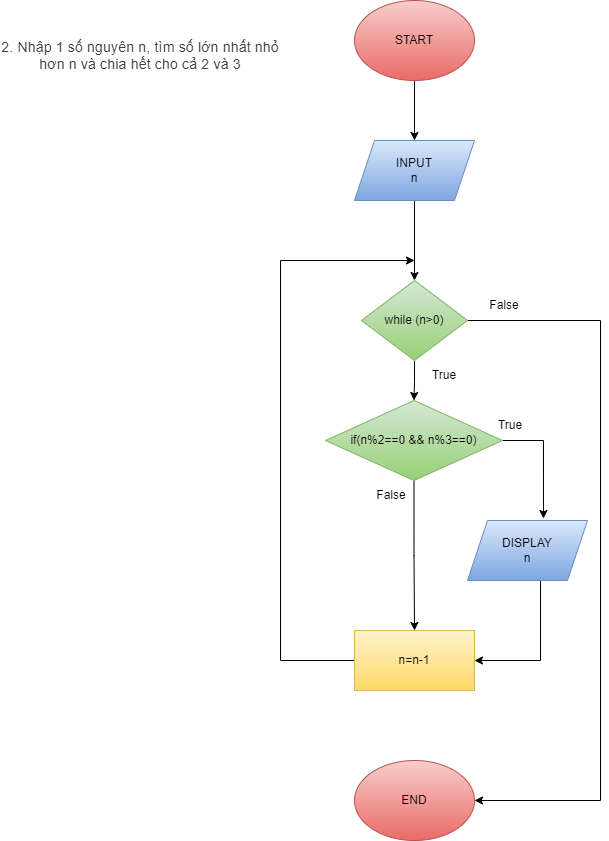
Hnamsouth/baitapT2204M keeps this draw.io diagram as Session 2/B2.png. Above is the earlier version. Source tidied: cells renumbered, new cells last; positions are measured from the earlier drawing's top-left corner, leaving out a move shared by most shapes. The source it was exported from:
```xml
<mxGraphModel>
  <root>
    <mxCell id="0" />
    <mxCell id="1" parent="0" />
    <mxCell id="2" style="edgeStyle=orthogonalEdgeStyle;rounded=0;jettySize=auto;html=1;entryX=0.5;entryY=0;entryDx=0;entryDy=0;" parent="1" edge="1" source="3" target="5">
      <mxGeometry relative="1" as="geometry" />
    </mxCell>
    <mxCell id="3" value="START" style="ellipse;whiteSpace=wrap;html=1;fillColor=#f8cecc;gradientColor=#ea6b66;strokeColor=#b85450;" parent="1" vertex="1">
      <mxGeometry x="354" width="120" height="80" as="geometry" />
    </mxCell>
    <mxCell id="4" style="edgeStyle=orthogonalEdgeStyle;rounded=0;jettySize=auto;html=1;entryX=0.5;entryY=0;entryDx=0;entryDy=0;" parent="1" edge="1" source="5" target="8">
      <mxGeometry relative="1" as="geometry" />
    </mxCell>
    <mxCell id="5" value="INPUT&lt;br&gt;n" style="shape=parallelogram;perimeter=parallelogramPerimeter;whiteSpace=wrap;html=1;fixedSize=1;fillColor=#dae8fc;gradientColor=#7ea6e0;strokeColor=#6c8ebf;" parent="1" vertex="1">
      <mxGeometry x="354" y="140" width="120" height="60" as="geometry" />
    </mxCell>
    <mxCell id="6" style="edgeStyle=orthogonalEdgeStyle;rounded=0;jettySize=auto;html=1;entryX=0.5;entryY=0;entryDx=0;entryDy=0;" parent="1" edge="1" source="8" target="13">
      <mxGeometry relative="1" as="geometry" />
    </mxCell>
    <mxCell id="7" style="edgeStyle=orthogonalEdgeStyle;rounded=0;jettySize=auto;html=1;entryX=1;entryY=0.5;entryDx=0;entryDy=0;" parent="1" edge="1" source="8" target="16">
      <mxGeometry relative="1" as="geometry">
        <Array as="points">
          <mxPoint x="600" y="320" />
          <mxPoint x="600" y="800" />
        </Array>
      </mxGeometry>
    </mxCell>
    <mxCell id="8" value="while (n&amp;gt;0)" style="rhombus;whiteSpace=wrap;html=1;fillColor=#d5e8d4;gradientColor=#97d077;strokeColor=#82b366;" parent="1" vertex="1">
      <mxGeometry x="361" y="280" width="106" height="80" as="geometry" />
    </mxCell>
    <mxCell id="9" style="edgeStyle=orthogonalEdgeStyle;rounded=0;jettySize=auto;html=1;" parent="1" edge="1" source="10">
      <mxGeometry relative="1" as="geometry">
        <mxPoint x="414" y="260" as="targetPoint" />
        <Array as="points">
          <mxPoint x="280" y="660" />
          <mxPoint x="280" y="260" />
        </Array>
      </mxGeometry>
    </mxCell>
    <mxCell id="10" value="n=n-1" style="rounded=0;whiteSpace=wrap;html=1;fillColor=#fff2cc;gradientColor=#ffd966;strokeColor=#d6b656;" parent="1" vertex="1">
      <mxGeometry x="354" y="630" width="120" height="60" as="geometry" />
    </mxCell>
    <mxCell id="11" style="edgeStyle=orthogonalEdgeStyle;rounded=0;jettySize=auto;html=1;entryX=0.633;entryY=-0.033;entryDx=0;entryDy=0;exitX=1;exitY=0.5;exitDx=0;exitDy=0;entryPerimeter=0;" parent="1" edge="1" source="13" target="15">
      <mxGeometry relative="1" as="geometry" />
    </mxCell>
    <mxCell id="12" style="edgeStyle=orthogonalEdgeStyle;rounded=0;jettySize=auto;html=1;entryX=0.5;entryY=0;entryDx=0;entryDy=0;" parent="1" edge="1" source="13" target="10">
      <mxGeometry relative="1" as="geometry" />
    </mxCell>
    <mxCell id="13" value="if(n%2==0 &amp;amp;&amp;amp; n%3==0)" style="rhombus;whiteSpace=wrap;html=1;fillColor=#d5e8d4;gradientColor=#97d077;strokeColor=#82b366;" parent="1" vertex="1">
      <mxGeometry x="325" y="400" width="177" height="80" as="geometry" />
    </mxCell>
    <mxCell id="14" style="edgeStyle=orthogonalEdgeStyle;rounded=0;jettySize=auto;html=1;entryX=1;entryY=0.5;entryDx=0;entryDy=0;" parent="1" edge="1" source="15" target="10">
      <mxGeometry relative="1" as="geometry">
        <Array as="points">
          <mxPoint x="540" y="660" />
        </Array>
      </mxGeometry>
    </mxCell>
    <mxCell id="15" value="DISPLAY&lt;br&gt;n" style="shape=parallelogram;perimeter=parallelogramPerimeter;whiteSpace=wrap;html=1;fixedSize=1;fillColor=#dae8fc;gradientColor=#7ea6e0;strokeColor=#6c8ebf;" parent="1" vertex="1">
      <mxGeometry x="467" y="520" width="120" height="60" as="geometry" />
    </mxCell>
    <mxCell id="16" value="END" style="ellipse;whiteSpace=wrap;html=1;fillColor=#f8cecc;gradientColor=#ea6b66;strokeColor=#b85450;" parent="1" vertex="1">
      <mxGeometry x="354" y="760" width="120" height="80" as="geometry" />
    </mxCell>
    <mxCell id="17" value="True" style="text;html=1;strokeColor=none;fillColor=none;align=center;verticalAlign=middle;whiteSpace=wrap;rounded=0;" parent="1" vertex="1">
      <mxGeometry x="414" y="360" width="60" height="30" as="geometry" />
    </mxCell>
    <mxCell id="18" value="False" style="text;html=1;strokeColor=none;fillColor=none;align=center;verticalAlign=middle;whiteSpace=wrap;rounded=0;" parent="1" vertex="1">
      <mxGeometry x="361" y="480" width="60" height="30" as="geometry" />
    </mxCell>
    <mxCell id="19" value="True" style="text;html=1;strokeColor=none;fillColor=none;align=center;verticalAlign=middle;whiteSpace=wrap;rounded=0;" parent="1" vertex="1">
      <mxGeometry x="480" y="410" width="60" height="30" as="geometry" />
    </mxCell>
    <mxCell id="20" value="False" style="text;html=1;strokeColor=none;fillColor=none;align=center;verticalAlign=middle;whiteSpace=wrap;rounded=0;" parent="1" vertex="1">
      <mxGeometry x="474" y="290" width="60" height="30" as="geometry" />
    </mxCell>
    <mxCell id="21" value="&lt;span style=&quot;color: rgb(60, 64, 67); font-family: Roboto, Arial, sans-serif; font-size: 14px; letter-spacing: 0.2px; text-align: start;&quot;&gt;2. Nhập 1 số nguyên n, tìm số lớn nhất nhỏ hơn n và chia hết cho cả 2 và 3&lt;/span&gt;" style="text;html=1;strokeColor=none;fillColor=none;align=center;verticalAlign=middle;whiteSpace=wrap;rounded=0;" parent="1" vertex="1">
      <mxGeometry y="40" width="280" height="30" as="geometry" />
    </mxCell>
  </root>
</mxGraphModel>
```
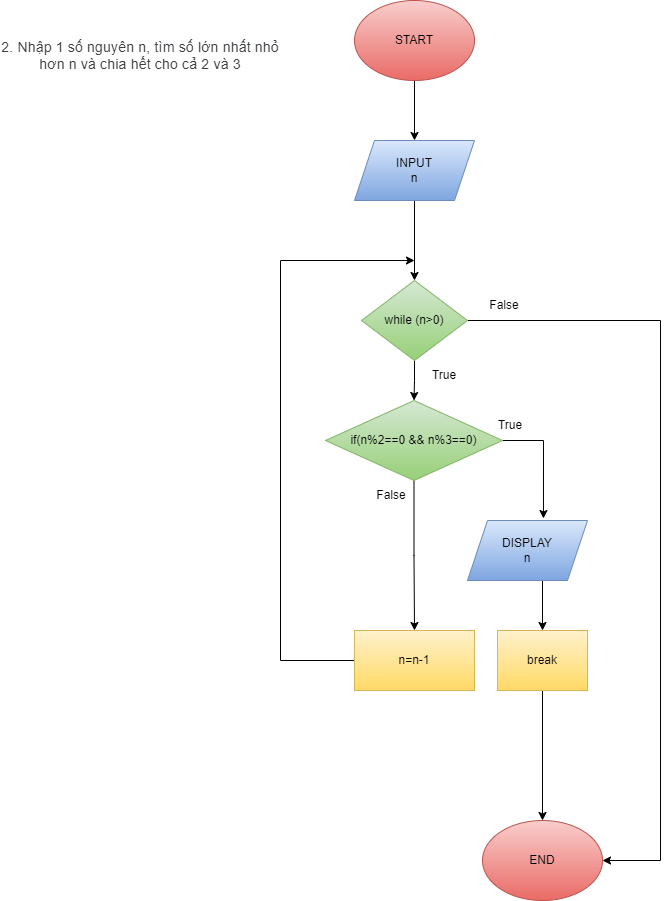
The same diagram one commit later.

The edit, as a diff of the source:
```diff
@@ -20,8 +20,8 @@
     <mxCell id="7" style="edgeStyle=orthogonalEdgeStyle;rounded=0;jettySize=auto;html=1;entryX=1;entryY=0.5;entryDx=0;entryDy=0;" parent="1" edge="1" source="8" target="16">
       <mxGeometry relative="1" as="geometry">
         <Array as="points">
-          <mxPoint x="600" y="320" />
-          <mxPoint x="600" y="800" />
+          <mxPoint x="660" y="320" />
+          <mxPoint x="660" y="860" />
         </Array>
       </mxGeometry>
     </mxCell>
@@ -49,18 +49,18 @@
     <mxCell id="13" value="if(n%2==0 &amp;amp;&amp;amp; n%3==0)" style="rhombus;whiteSpace=wrap;html=1;fillColor=#d5e8d4;gradientColor=#97d077;strokeColor=#82b366;" parent="1" vertex="1">
       <mxGeometry x="325" y="400" width="177" height="80" as="geometry" />
     </mxCell>
-    <mxCell id="14" style="edgeStyle=orthogonalEdgeStyle;rounded=0;jettySize=auto;html=1;entryX=1;entryY=0.5;entryDx=0;entryDy=0;" parent="1" edge="1" source="15" target="10">
-      <mxGeometry relative="1" as="geometry">
-        <Array as="points">
-          <mxPoint x="540" y="660" />
-        </Array>
-      </mxGeometry>
-    </mxCell>
+    <mxCell id="22" style="edgeStyle=orthogonalEdgeStyle;rounded=0;jettySize=auto;html=1;entryX=0.5;entryY=0;entryDx=0;entryDy=0;exitX=0.61;exitY=0.999;exitDx=0;exitDy=0;exitPerimeter=0;" parent="1" edge="1" source="15" target="24">
+      <mxGeometry relative="1" as="geometry">
+        <Array as="points">
+          <mxPoint x="542" y="580" />
+        </Array>
+      </mxGeometry>
+    </mxCell>
     <mxCell id="15" value="DISPLAY&lt;br&gt;n" style="shape=parallelogram;perimeter=parallelogramPerimeter;whiteSpace=wrap;html=1;fixedSize=1;fillColor=#dae8fc;gradientColor=#7ea6e0;strokeColor=#6c8ebf;" parent="1" vertex="1">
       <mxGeometry x="467" y="520" width="120" height="60" as="geometry" />
     </mxCell>
     <mxCell id="16" value="END" style="ellipse;whiteSpace=wrap;html=1;fillColor=#f8cecc;gradientColor=#ea6b66;strokeColor=#b85450;" parent="1" vertex="1">
-      <mxGeometry x="354" y="760" width="120" height="80" as="geometry" />
+      <mxGeometry x="482" y="820" width="120" height="80" as="geometry" />
     </mxCell>
     <mxCell id="17" value="True" style="text;html=1;strokeColor=none;fillColor=none;align=center;verticalAlign=middle;whiteSpace=wrap;rounded=0;" parent="1" vertex="1">
       <mxGeometry x="414" y="360" width="60" height="30" as="geometry" />
@@ -77,5 +77,11 @@
     <mxCell id="21" value="&lt;span style=&quot;color: rgb(60, 64, 67); font-family: Roboto, Arial, sans-serif; font-size: 14px; letter-spacing: 0.2px; text-align: start;&quot;&gt;2. Nhập 1 số nguyên n, tìm số lớn nhất nhỏ hơn n và chia hết cho cả 2 và 3&lt;/span&gt;" style="text;html=1;strokeColor=none;fillColor=none;align=center;verticalAlign=middle;whiteSpace=wrap;rounded=0;" parent="1" vertex="1">
       <mxGeometry y="40" width="280" height="30" as="geometry" />
     </mxCell>
+    <mxCell id="23" style="edgeStyle=orthogonalEdgeStyle;rounded=0;jettySize=auto;html=1;entryX=0.5;entryY=0;entryDx=0;entryDy=0;" parent="1" edge="1" source="24" target="16">
+      <mxGeometry relative="1" as="geometry" />
+    </mxCell>
+    <mxCell id="24" value="break" style="rounded=0;whiteSpace=wrap;html=1;fillColor=#fff2cc;gradientColor=#ffd966;strokeColor=#d6b656;" parent="1" vertex="1">
+      <mxGeometry x="497" y="630" width="90" height="60" as="geometry" />
+    </mxCell>
   </root>
 </mxGraphModel>
```
